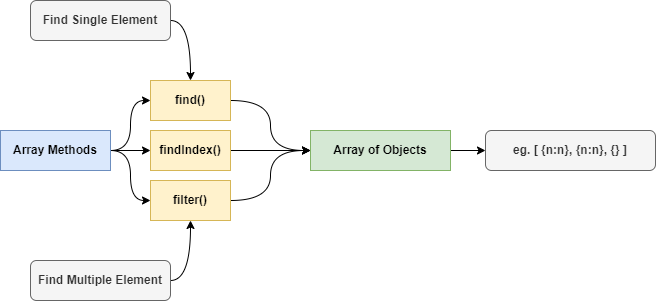
Above: assets/Array-Methods-Find-Objects.png in Cryptolibertarian-id/Mastering-Typescript (draw.io), before the change. Source tidied: cells renumbered, new cells last; positions are measured from the earlier drawing's top-left corner, leaving out a move shared by most shapes. The source it was exported from:
```xml
<mxGraphModel>
  <root>
    <mxCell id="0" />
    <mxCell id="1" parent="0" />
    <mxCell id="2" style="edgeStyle=orthogonalEdgeStyle;curved=1;jettySize=auto;html=1;exitX=1;exitY=0.5;exitDx=0;exitDy=0;entryX=0;entryY=0.5;entryDx=0;entryDy=0;" parent="1" edge="1" source="5" target="7">
      <mxGeometry relative="1" as="geometry" />
    </mxCell>
    <mxCell id="3" style="edgeStyle=orthogonalEdgeStyle;curved=1;jettySize=auto;html=1;exitX=1;exitY=0.5;exitDx=0;exitDy=0;entryX=0;entryY=0.5;entryDx=0;entryDy=0;" parent="1" edge="1" source="5" target="13">
      <mxGeometry relative="1" as="geometry" />
    </mxCell>
    <mxCell id="4" style="edgeStyle=orthogonalEdgeStyle;curved=1;jettySize=auto;html=1;exitX=1;exitY=0.5;exitDx=0;exitDy=0;" parent="1" edge="1" source="5" target="9">
      <mxGeometry relative="1" as="geometry" />
    </mxCell>
    <mxCell id="5" value="&lt;b&gt;Array Methods&lt;/b&gt;" style="rounded=0;whiteSpace=wrap;html=1;fillColor=#dae8fc;strokeColor=#6c8ebf;" parent="1" vertex="1">
      <mxGeometry y="130" width="110" height="40" as="geometry" />
    </mxCell>
    <mxCell id="6" style="edgeStyle=orthogonalEdgeStyle;curved=1;jettySize=auto;html=1;exitX=1;exitY=0.5;exitDx=0;exitDy=0;entryX=0;entryY=0.5;entryDx=0;entryDy=0;" parent="1" edge="1" source="7" target="11">
      <mxGeometry relative="1" as="geometry" />
    </mxCell>
    <mxCell id="7" value="&lt;b&gt;find()&lt;/b&gt;" style="rounded=0;whiteSpace=wrap;html=1;fillColor=#fff2cc;strokeColor=#d6b656;" parent="1" vertex="1">
      <mxGeometry x="150" y="80" width="80" height="40" as="geometry" />
    </mxCell>
    <mxCell id="8" style="edgeStyle=orthogonalEdgeStyle;curved=1;jettySize=auto;html=1;exitX=1;exitY=0.5;exitDx=0;exitDy=0;" parent="1" edge="1" source="9" target="11">
      <mxGeometry relative="1" as="geometry" />
    </mxCell>
    <mxCell id="9" value="&lt;b&gt;findIndex()&lt;/b&gt;" style="rounded=0;whiteSpace=wrap;html=1;fillColor=#fff2cc;strokeColor=#d6b656;" parent="1" vertex="1">
      <mxGeometry x="150" y="130" width="80" height="40" as="geometry" />
    </mxCell>
    <mxCell id="10" style="edgeStyle=orthogonalEdgeStyle;curved=1;jettySize=auto;html=1;exitX=1;exitY=0.5;exitDx=0;exitDy=0;" parent="1" edge="1" source="11" target="18">
      <mxGeometry relative="1" as="geometry" />
    </mxCell>
    <mxCell id="11" value="&lt;b&gt;Array of Objects&lt;/b&gt;" style="rounded=0;whiteSpace=wrap;html=1;fillColor=#d5e8d4;strokeColor=#82b366;" parent="1" vertex="1">
      <mxGeometry x="310" y="130" width="140" height="40" as="geometry" />
    </mxCell>
    <mxCell id="12" style="edgeStyle=orthogonalEdgeStyle;curved=1;jettySize=auto;html=1;exitX=1;exitY=0.5;exitDx=0;exitDy=0;entryX=0;entryY=0.5;entryDx=0;entryDy=0;" parent="1" edge="1" source="13" target="11">
      <mxGeometry relative="1" as="geometry" />
    </mxCell>
    <mxCell id="13" value="&lt;b&gt;filter()&lt;/b&gt;" style="rounded=0;whiteSpace=wrap;html=1;fillColor=#fff2cc;strokeColor=#d6b656;" parent="1" vertex="1">
      <mxGeometry x="150" y="180" width="80" height="40" as="geometry" />
    </mxCell>
    <mxCell id="14" style="edgeStyle=orthogonalEdgeStyle;curved=1;jettySize=auto;html=1;exitX=1;exitY=0.5;exitDx=0;exitDy=0;entryX=0.5;entryY=1;entryDx=0;entryDy=0;" parent="1" edge="1" source="15" target="13">
      <mxGeometry relative="1" as="geometry" />
    </mxCell>
    <mxCell id="15" value="&lt;b&gt;Find Multiple Element&lt;/b&gt;" style="rounded=1;whiteSpace=wrap;html=1;fillColor=#f5f5f5;strokeColor=#666666;fontColor=#333333;" parent="1" vertex="1">
      <mxGeometry x="30" y="260" width="140" height="40" as="geometry" />
    </mxCell>
    <mxCell id="16" style="edgeStyle=orthogonalEdgeStyle;curved=1;jettySize=auto;html=1;exitX=1;exitY=0.5;exitDx=0;exitDy=0;" parent="1" edge="1" source="17" target="7">
      <mxGeometry relative="1" as="geometry" />
    </mxCell>
    <mxCell id="17" value="&lt;b&gt;Find Single Element&lt;/b&gt;" style="rounded=1;whiteSpace=wrap;html=1;fillColor=#f5f5f5;strokeColor=#666666;fontColor=#333333;" parent="1" vertex="1">
      <mxGeometry x="30" width="140" height="40" as="geometry" />
    </mxCell>
    <mxCell id="18" value="&lt;b&gt;eg. [ {n:n}, {n:n}, {} ]&lt;/b&gt;" style="rounded=1;whiteSpace=wrap;html=1;fillColor=#f5f5f5;strokeColor=#666666;fontColor=#333333;" parent="1" vertex="1">
      <mxGeometry x="485" y="130" width="170" height="40" as="geometry" />
    </mxCell>
  </root>
</mxGraphModel>
```
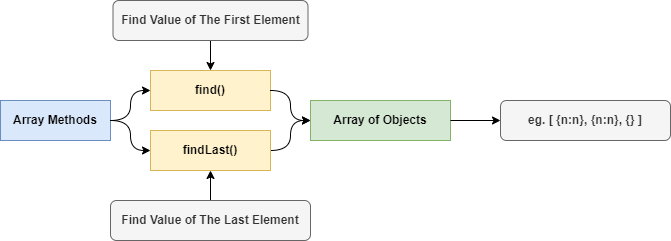
After the change.

What changed in the source:
```diff
@@ -2,56 +2,50 @@
   <root>
     <mxCell id="0" />
     <mxCell id="1" parent="0" />
-    <mxCell id="2" style="edgeStyle=orthogonalEdgeStyle;curved=1;jettySize=auto;html=1;exitX=1;exitY=0.5;exitDx=0;exitDy=0;entryX=0;entryY=0.5;entryDx=0;entryDy=0;" parent="1" edge="1" source="5" target="7">
-      <mxGeometry relative="1" as="geometry" />
+    <mxCell id="2" style="group;" parent="1" vertex="1">
+      <mxGeometry x="-30" y="-950" width="670" height="240" as="geometry" />
     </mxCell>
-    <mxCell id="3" style="edgeStyle=orthogonalEdgeStyle;curved=1;jettySize=auto;html=1;exitX=1;exitY=0.5;exitDx=0;exitDy=0;entryX=0;entryY=0.5;entryDx=0;entryDy=0;" parent="1" edge="1" source="5" target="13">
-      <mxGeometry relative="1" as="geometry" />
+    <mxCell id="3" value="&lt;b&gt;Array Methods&lt;/b&gt;" style="rounded=0;whiteSpace=wrap;html=1;fillColor=#dae8fc;strokeColor=#6c8ebf;" parent="2" vertex="1">
+      <mxGeometry y="100" width="110" height="40" as="geometry" />
     </mxCell>
-    <mxCell id="4" style="edgeStyle=orthogonalEdgeStyle;curved=1;jettySize=auto;html=1;exitX=1;exitY=0.5;exitDx=0;exitDy=0;" parent="1" edge="1" source="5" target="9">
-      <mxGeometry relative="1" as="geometry" />
+    <mxCell id="4" value="&lt;b&gt;find()&lt;/b&gt;" style="rounded=0;whiteSpace=wrap;html=1;fillColor=#fff2cc;strokeColor=#d6b656;" parent="2" vertex="1">
+      <mxGeometry x="150" y="70" width="120" height="40" as="geometry" />
     </mxCell>
-    <mxCell id="5" value="&lt;b&gt;Array Methods&lt;/b&gt;" style="rounded=0;whiteSpace=wrap;html=1;fillColor=#dae8fc;strokeColor=#6c8ebf;" parent="1" vertex="1">
-      <mxGeometry y="130" width="110" height="40" as="geometry" />
+    <mxCell id="5" style="edgeStyle=orthogonalEdgeStyle;curved=1;jettySize=auto;html=1;exitX=1;exitY=0.5;exitDx=0;exitDy=0;entryX=0;entryY=0.5;entryDx=0;entryDy=0;" parent="2" edge="1" source="3" target="4">
+      <mxGeometry relative="1" as="geometry" />
     </mxCell>
-    <mxCell id="6" style="edgeStyle=orthogonalEdgeStyle;curved=1;jettySize=auto;html=1;exitX=1;exitY=0.5;exitDx=0;exitDy=0;entryX=0;entryY=0.5;entryDx=0;entryDy=0;" parent="1" edge="1" source="7" target="11">
-      <mxGeometry relative="1" as="geometry" />
+    <mxCell id="6" value="&lt;b&gt;Array of Objects&lt;/b&gt;" style="rounded=0;whiteSpace=wrap;html=1;fillColor=#d5e8d4;strokeColor=#82b366;" parent="2" vertex="1">
+      <mxGeometry x="310" y="100" width="140" height="40" as="geometry" />
     </mxCell>
-    <mxCell id="7" value="&lt;b&gt;find()&lt;/b&gt;" style="rounded=0;whiteSpace=wrap;html=1;fillColor=#fff2cc;strokeColor=#d6b656;" parent="1" vertex="1">
-      <mxGeometry x="150" y="80" width="80" height="40" as="geometry" />
+    <mxCell id="7" style="edgeStyle=orthogonalEdgeStyle;curved=1;jettySize=auto;html=1;exitX=1;exitY=0.5;exitDx=0;exitDy=0;entryX=0;entryY=0.5;entryDx=0;entryDy=0;" parent="2" edge="1" source="4" target="6">
+      <mxGeometry relative="1" as="geometry" />
     </mxCell>
-    <mxCell id="8" style="edgeStyle=orthogonalEdgeStyle;curved=1;jettySize=auto;html=1;exitX=1;exitY=0.5;exitDx=0;exitDy=0;" parent="1" edge="1" source="9" target="11">
+    <mxCell id="8" style="edgeStyle=orthogonalEdgeStyle;curved=1;jettySize=auto;html=1;exitX=1;exitY=0.5;exitDx=0;exitDy=0;entryX=0;entryY=0.5;entryDx=0;entryDy=0;" parent="2" edge="1" source="9" target="6">
       <mxGeometry relative="1" as="geometry" />
     </mxCell>
-    <mxCell id="9" value="&lt;b&gt;findIndex()&lt;/b&gt;" style="rounded=0;whiteSpace=wrap;html=1;fillColor=#fff2cc;strokeColor=#d6b656;" parent="1" vertex="1">
-      <mxGeometry x="150" y="130" width="80" height="40" as="geometry" />
+    <mxCell id="9" value="&lt;b&gt;findLast()&lt;/b&gt;" style="rounded=0;whiteSpace=wrap;html=1;fillColor=#fff2cc;strokeColor=#d6b656;" parent="2" vertex="1">
+      <mxGeometry x="150" y="130" width="120" height="40" as="geometry" />
     </mxCell>
-    <mxCell id="10" style="edgeStyle=orthogonalEdgeStyle;curved=1;jettySize=auto;html=1;exitX=1;exitY=0.5;exitDx=0;exitDy=0;" parent="1" edge="1" source="11" target="18">
+    <mxCell id="10" style="edgeStyle=orthogonalEdgeStyle;curved=1;jettySize=auto;html=1;exitX=1;exitY=0.5;exitDx=0;exitDy=0;entryX=0;entryY=0.5;entryDx=0;entryDy=0;" parent="2" edge="1" source="3" target="9">
       <mxGeometry relative="1" as="geometry" />
     </mxCell>
-    <mxCell id="11" value="&lt;b&gt;Array of Objects&lt;/b&gt;" style="rounded=0;whiteSpace=wrap;html=1;fillColor=#d5e8d4;strokeColor=#82b366;" parent="1" vertex="1">
-      <mxGeometry x="310" y="130" width="140" height="40" as="geometry" />
+    <mxCell id="11" value="&lt;b&gt;eg. [ {n:n}, {n:n}, {} ]&lt;/b&gt;" style="rounded=1;whiteSpace=wrap;html=1;fillColor=#f5f5f5;strokeColor=#666666;fontColor=#333333;" parent="2" vertex="1">
+      <mxGeometry x="500" y="100" width="170" height="40" as="geometry" />
     </mxCell>
-    <mxCell id="12" style="edgeStyle=orthogonalEdgeStyle;curved=1;jettySize=auto;html=1;exitX=1;exitY=0.5;exitDx=0;exitDy=0;entryX=0;entryY=0.5;entryDx=0;entryDy=0;" parent="1" edge="1" source="13" target="11">
+    <mxCell id="12" style="edgeStyle=orthogonalEdgeStyle;curved=1;jettySize=auto;html=1;exitX=1;exitY=0.5;exitDx=0;exitDy=0;" parent="2" edge="1" source="6" target="11">
       <mxGeometry relative="1" as="geometry" />
     </mxCell>
-    <mxCell id="13" value="&lt;b&gt;filter()&lt;/b&gt;" style="rounded=0;whiteSpace=wrap;html=1;fillColor=#fff2cc;strokeColor=#d6b656;" parent="1" vertex="1">
-      <mxGeometry x="150" y="180" width="80" height="40" as="geometry" />
+    <mxCell id="13" style="edgeStyle=orthogonalEdgeStyle;curved=1;jettySize=auto;html=1;exitX=0.5;exitY=0;exitDx=0;exitDy=0;" parent="2" edge="1" source="14" target="9">
+      <mxGeometry relative="1" as="geometry" />
     </mxCell>
-    <mxCell id="14" style="edgeStyle=orthogonalEdgeStyle;curved=1;jettySize=auto;html=1;exitX=1;exitY=0.5;exitDx=0;exitDy=0;entryX=0.5;entryY=1;entryDx=0;entryDy=0;" parent="1" edge="1" source="15" target="13">
-      <mxGeometry relative="1" as="geometry" />
+    <mxCell id="14" value="&lt;b&gt;Find Value of The Last Element&lt;/b&gt;" style="rounded=1;whiteSpace=wrap;html=1;fillColor=#f5f5f5;strokeColor=#666666;fontColor=#333333;" parent="2" vertex="1">
+      <mxGeometry x="110" y="200" width="200" height="40" as="geometry" />
     </mxCell>
-    <mxCell id="15" value="&lt;b&gt;Find Multiple Element&lt;/b&gt;" style="rounded=1;whiteSpace=wrap;html=1;fillColor=#f5f5f5;strokeColor=#666666;fontColor=#333333;" parent="1" vertex="1">
-      <mxGeometry x="30" y="260" width="140" height="40" as="geometry" />
+    <mxCell id="15" style="edgeStyle=orthogonalEdgeStyle;curved=1;jettySize=auto;html=1;exitX=0.5;exitY=1;exitDx=0;exitDy=0;" parent="2" edge="1" source="16" target="4">
+      <mxGeometry relative="1" as="geometry" />
     </mxCell>
-    <mxCell id="16" style="edgeStyle=orthogonalEdgeStyle;curved=1;jettySize=auto;html=1;exitX=1;exitY=0.5;exitDx=0;exitDy=0;" parent="1" edge="1" source="17" target="7">
-      <mxGeometry relative="1" as="geometry" />
+    <mxCell id="16" value="&lt;b&gt;Find Value of The First Element&lt;/b&gt;" style="rounded=1;whiteSpace=wrap;html=1;fillColor=#f5f5f5;strokeColor=#666666;fontColor=#333333;" parent="2" vertex="1">
+      <mxGeometry x="112.5" width="195" height="40" as="geometry" />
     </mxCell>
-    <mxCell id="17" value="&lt;b&gt;Find Single Element&lt;/b&gt;" style="rounded=1;whiteSpace=wrap;html=1;fillColor=#f5f5f5;strokeColor=#666666;fontColor=#333333;" parent="1" vertex="1">
-      <mxGeometry x="30" width="140" height="40" as="geometry" />
-    </mxCell>
-    <mxCell id="18" value="&lt;b&gt;eg. [ {n:n}, {n:n}, {} ]&lt;/b&gt;" style="rounded=1;whiteSpace=wrap;html=1;fillColor=#f5f5f5;strokeColor=#666666;fontColor=#333333;" parent="1" vertex="1">
-      <mxGeometry x="485" y="130" width="170" height="40" as="geometry" />
-    </mxCell>
   </root>
 </mxGraphModel>
```
